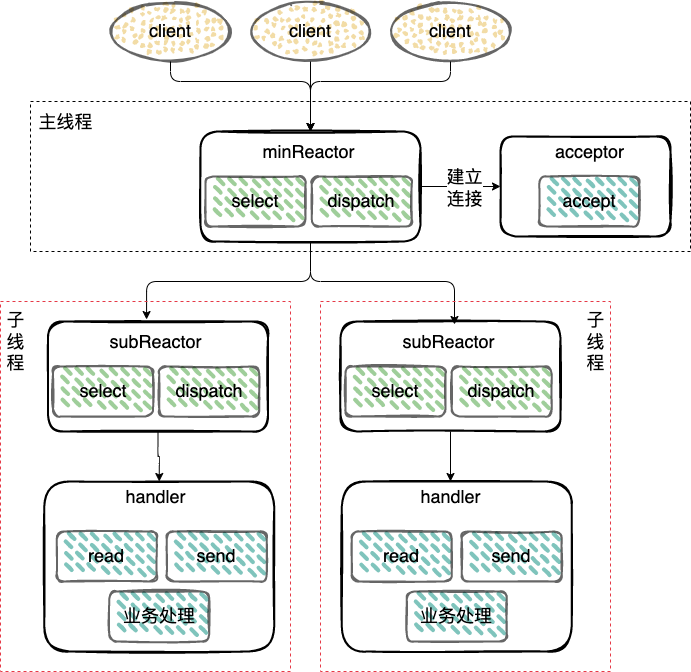
Above: img/redis/redis-reactor-3.png in boilingfrog/Go-POINT (draw.io), before the change. Source tidied: cells renumbered, new cells last; positions are measured from the earlier drawing's top-left corner, leaving out a move shared by most shapes.
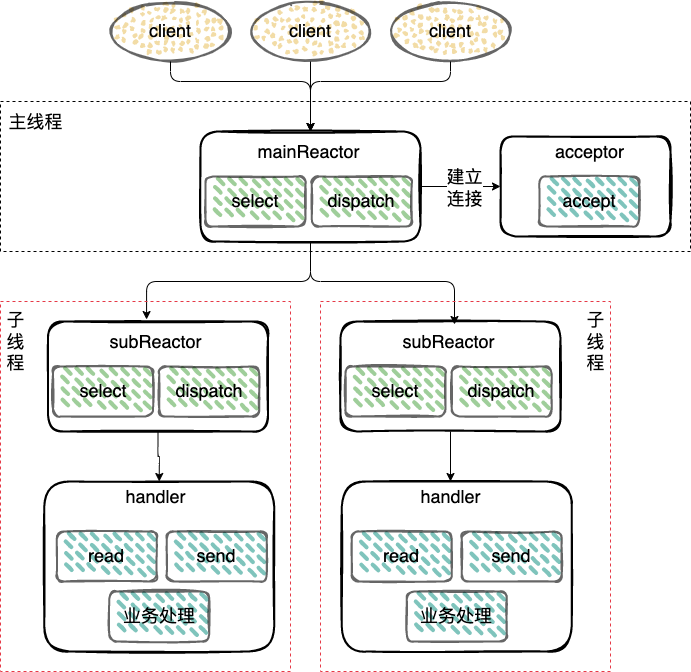
Above is the later version.

Commit message:
feat:redis 中的原子性

The edit, as a diff of the source:
```diff
@@ -2,6 +2,9 @@
   <root>
     <mxCell id="0" />
     <mxCell id="1" parent="0" />
+    <mxCell id="40" style="verticalLabelPosition=bottom;verticalAlign=top;html=1;shape=mxgraph.basic.rect;fillColor2=none;strokeWidth=1;size=20;indent=5;fillColor=none;dashed=1;" parent="1" vertex="1">
+      <mxGeometry y="100" width="690" height="150" as="geometry" />
+    </mxCell>
     <mxCell id="2" style="edgeStyle=orthogonalEdgeStyle;html=1;entryX=0;entryY=0.5;entryDx=0;entryDy=0;fontSize=18;startArrow=none;startFill=0;" parent="1" edge="1" source="6" target="15">
       <mxGeometry relative="1" as="geometry" />
     </mxCell>
@@ -55,8 +58,8 @@
     <mxCell id="13" value="&lt;font style=&quot;font-size: 18px&quot;&gt;dispatch&lt;/font&gt;" style="rounded=1;whiteSpace=wrap;html=1;fontSize=16;fillColor=#5FAD56;strokeWidth=2;fillWeight=4;hachureGap=8;fillStyle=dashed;sketch=1;hachureAngle=45;opacity=60;" parent="1" vertex="1">
       <mxGeometry x="311.2" y="175" width="100" height="50" as="geometry" />
     </mxCell>
-    <mxCell id="14" value="minReactor" style="text;html=1;align=center;verticalAlign=middle;strokeColor=none;fillColor=none;fontSize=18;" parent="1" vertex="1">
-      <mxGeometry x="252.5" y="135" width="110" height="30" as="geometry" />
+    <mxCell id="14" value="mainReactor" style="text;html=1;align=center;verticalAlign=middle;strokeColor=none;fillColor=none;fontSize=18;" parent="1" vertex="1">
+      <mxGeometry x="247.5" y="135" width="120" height="30" as="geometry" />
     </mxCell>
     <mxCell id="15" style="rounded=1;whiteSpace=wrap;html=1;strokeWidth=2;fillWeight=2;hachureGap=8;hachureAngle=45;fillColor=none;sketch=1;fontSize=16;fillStyle=dots;" parent="1" vertex="1">
       <mxGeometry x="500" y="135" width="170" height="100" as="geometry" />
@@ -92,7 +95,7 @@
       <mxGeometry x="461.2" y="530" width="100" height="50" as="geometry" />
     </mxCell>
     <mxCell id="26" value="主线程" style="text;html=1;align=center;verticalAlign=middle;strokeColor=none;fillColor=none;fontSize=18;" parent="1" vertex="1">
-      <mxGeometry x="30" y="105" width="70" height="30" as="geometry" />
+      <mxGeometry y="105" width="70" height="30" as="geometry" />
     </mxCell>
     <mxCell id="27" value="&lt;font style=&quot;font-size: 18px&quot;&gt;select&lt;/font&gt;" style="rounded=1;whiteSpace=wrap;html=1;fontSize=16;fillColor=#5FAD56;strokeWidth=2;fillWeight=4;hachureGap=8;fillStyle=dashed;sketch=1;hachureAngle=45;opacity=60;" parent="1" vertex="1">
       <mxGeometry x="205" y="175" width="100" height="50" as="geometry" />
@@ -133,9 +136,6 @@
     <mxCell id="39" value="&lt;font style=&quot;font-size: 18px&quot;&gt;select&lt;/font&gt;" style="rounded=1;whiteSpace=wrap;html=1;fontSize=16;fillColor=#5FAD56;strokeWidth=2;fillWeight=4;hachureGap=8;fillStyle=dashed;sketch=1;hachureAngle=45;opacity=60;" parent="1" vertex="1">
       <mxGeometry x="345" y="365" width="100" height="50" as="geometry" />
     </mxCell>
-    <mxCell id="40" style="verticalLabelPosition=bottom;verticalAlign=top;html=1;shape=mxgraph.basic.rect;fillColor2=none;strokeWidth=1;size=20;indent=5;fillColor=none;dashed=1;" parent="1" vertex="1">
-      <mxGeometry x="30" y="100" width="660" height="150" as="geometry" />
-    </mxCell>
     <mxCell id="41" style="verticalLabelPosition=bottom;verticalAlign=top;html=1;shape=mxgraph.basic.rect;fillColor2=none;strokeWidth=1;size=20;indent=5;fillColor=none;dashed=1;strokeColor=#E63946;" parent="1" vertex="1">
       <mxGeometry y="300" width="290" height="370" as="geometry" />
     </mxCell>
```
